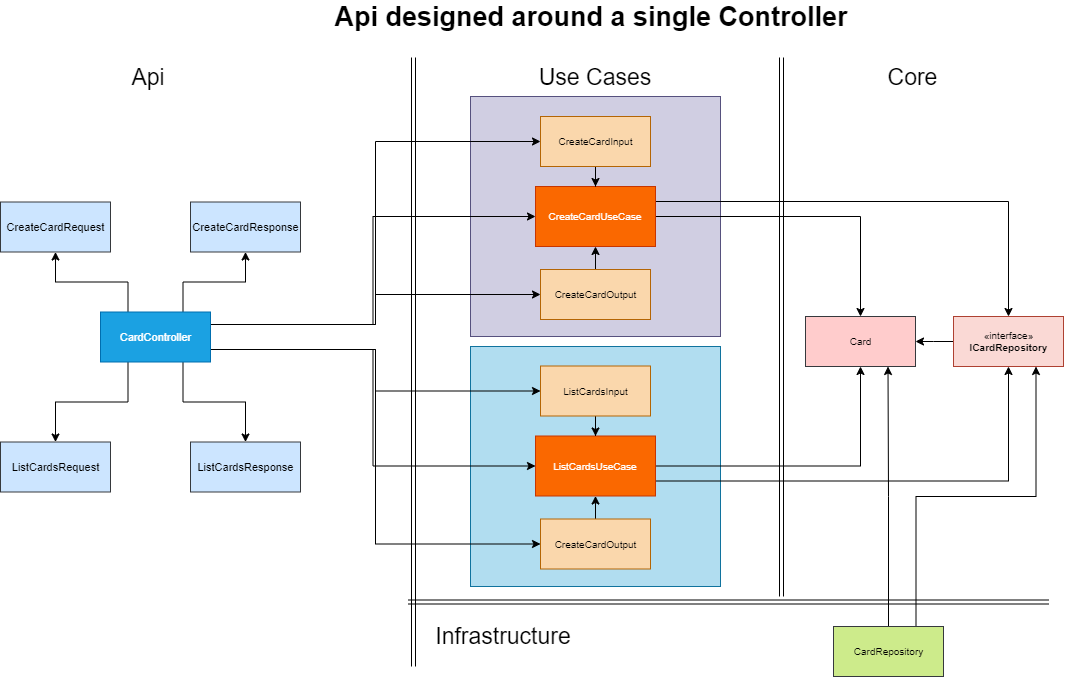
The draw.io diagram img/end-points-single-controller.png in fals/fals.github.io, before a commit. Source tidied: cells renumbered, new cells last; positions are measured from the earlier drawing's top-left corner, leaving out a move shared by most shapes.
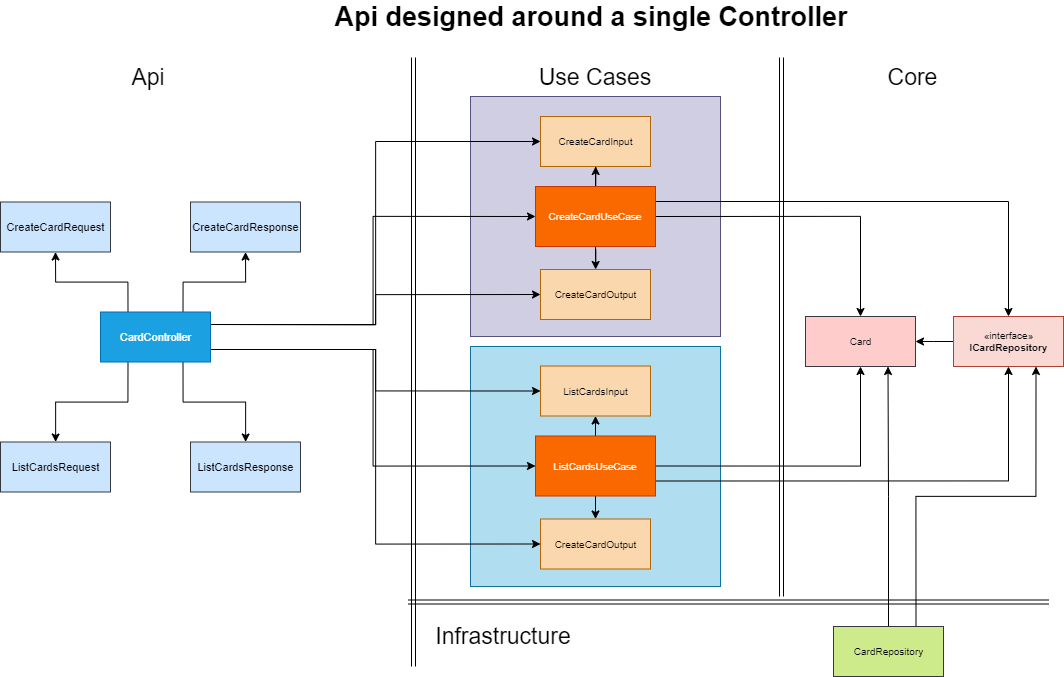
The same diagram one commit later.

The edit, as a diff of the source:
```diff
@@ -8,32 +8,32 @@
     <mxCell id="3" style="rounded=0;whiteSpace=wrap;html=1;fillColor=#d0cee2;strokeColor=#56517e;" parent="1" vertex="1">
       <mxGeometry x="470" y="90" width="250" height="240" as="geometry" />
     </mxCell>
-    <mxCell id="4" style="edgeStyle=orthogonalEdgeStyle;rounded=0;jettySize=auto;html=1;exitX=1;exitY=0.5;exitDx=0;exitDy=0;" parent="1" edge="1" source="6" target="9">
+    <mxCell id="4" style="edgeStyle=orthogonalEdgeStyle;rounded=0;jettySize=auto;html=1;exitX=1;exitY=0.5;exitDx=0;exitDy=0;" parent="1" edge="1" source="8" target="11">
       <mxGeometry relative="1" as="geometry" />
     </mxCell>
-    <mxCell id="5" style="edgeStyle=orthogonalEdgeStyle;rounded=0;jettySize=auto;html=1;exitX=1;exitY=0.25;exitDx=0;exitDy=0;entryX=0.5;entryY=0;entryDx=0;entryDy=0;" parent="1" edge="1" source="6" target="8">
+    <mxCell id="5" style="edgeStyle=orthogonalEdgeStyle;rounded=0;jettySize=auto;html=1;exitX=1;exitY=0.25;exitDx=0;exitDy=0;entryX=0.5;entryY=0;entryDx=0;entryDy=0;" parent="1" edge="1" source="8" target="10">
       <mxGeometry relative="1" as="geometry" />
     </mxCell>
-    <mxCell id="6" value="CreateCardUseCase" style="rounded=0;whiteSpace=wrap;html=1;fontSize=10;fillColor=#fa6800;strokeColor=#C73500;fontColor=#ffffff;" parent="1" vertex="1">
-      <mxGeometry x="535" y="180" width="120" height="60" as="geometry" />
+    <mxCell id="6" style="edgeStyle=orthogonalEdgeStyle;rounded=0;jettySize=auto;html=1;exitX=0.5;exitY=0;exitDx=0;exitDy=0;" parent="1" edge="1" source="8" target="12">
+      <mxGeometry relative="1" as="geometry" />
     </mxCell>
-    <mxCell id="7" style="edgeStyle=orthogonalEdgeStyle;rounded=0;jettySize=auto;html=1;exitX=0;exitY=0.5;exitDx=0;exitDy=0;" parent="1" edge="1" source="8" target="9">
+    <mxCell id="7" style="edgeStyle=orthogonalEdgeStyle;rounded=0;jettySize=auto;html=1;exitX=0.5;exitY=1;exitDx=0;exitDy=0;" parent="1" edge="1" source="8" target="13">
       <mxGeometry relative="1" as="geometry" />
     </mxCell>
-    <mxCell id="8" value="«interface»&lt;br&gt;&lt;span&gt;&lt;b&gt;ICardRepository&lt;/b&gt;&lt;/span&gt;&lt;br&gt;" style="html=1;fontSize=10;fillColor=#fad9d5;strokeColor=#ae4132;" parent="1" vertex="1">
-      <mxGeometry x="953" y="310" width="110" height="50" as="geometry" />
+    <mxCell id="8" value="CreateCardUseCase" style="rounded=0;whiteSpace=wrap;html=1;fontSize=10;fillColor=#fa6800;strokeColor=#C73500;fontColor=#ffffff;" parent="1" vertex="1">
+      <mxGeometry x="535" y="180" width="120" height="60" as="geometry" />
     </mxCell>
-    <mxCell id="9" value="Card" style="html=1;fontSize=10;fillColor=#ffcccc;strokeColor=#36393d;" parent="1" vertex="1">
-      <mxGeometry x="805" y="310" width="110" height="50" as="geometry" />
+    <mxCell id="9" style="edgeStyle=orthogonalEdgeStyle;rounded=0;jettySize=auto;html=1;exitX=0;exitY=0.5;exitDx=0;exitDy=0;" parent="1" edge="1" source="10" target="11">
+      <mxGeometry relative="1" as="geometry" />
     </mxCell>
-    <mxCell id="10" style="edgeStyle=orthogonalEdgeStyle;rounded=0;jettySize=auto;html=1;exitX=0.5;exitY=1;exitDx=0;exitDy=0;" parent="1" edge="1" source="11" target="6">
-      <mxGeometry relative="1" as="geometry" />
+    <mxCell id="10" value="«interface»&lt;br&gt;&lt;span&gt;&lt;b&gt;ICardRepository&lt;/b&gt;&lt;/span&gt;&lt;br&gt;" style="html=1;fontSize=10;fillColor=#fad9d5;strokeColor=#ae4132;" parent="1" vertex="1">
+      <mxGeometry x="953" y="310" width="110" height="50" as="geometry" />
     </mxCell>
-    <mxCell id="11" value="&lt;span&gt;CreateCardInput&lt;/span&gt;" style="html=1;fontSize=10;fillColor=#fad7ac;strokeColor=#b46504;" parent="1" vertex="1">
-      <mxGeometry x="540" y="110" width="110" height="50" as="geometry" />
+    <mxCell id="11" value="Card" style="html=1;fontSize=10;fillColor=#ffcccc;strokeColor=#36393d;" parent="1" vertex="1">
+      <mxGeometry x="805" y="310" width="110" height="50" as="geometry" />
     </mxCell>
-    <mxCell id="12" style="edgeStyle=orthogonalEdgeStyle;rounded=0;jettySize=auto;html=1;exitX=0.5;exitY=0;exitDx=0;exitDy=0;entryX=0.5;entryY=1;entryDx=0;entryDy=0;" parent="1" edge="1" source="13" target="6">
-      <mxGeometry relative="1" as="geometry" />
+    <mxCell id="12" value="&lt;span&gt;CreateCardInput&lt;/span&gt;" style="html=1;fontSize=10;fillColor=#fad7ac;strokeColor=#b46504;" parent="1" vertex="1">
+      <mxGeometry x="540" y="110" width="110" height="50" as="geometry" />
     </mxCell>
     <mxCell id="13" value="&lt;span&gt;CreateCardOutput&lt;/span&gt;" style="html=1;fontSize=10;fillColor=#fad7ac;strokeColor=#b46504;" parent="1" vertex="1">
       <mxGeometry x="540" y="263" width="110" height="50" as="geometry" />
@@ -44,10 +44,10 @@
         <mxPoint x="1048" y="595.5" as="targetPoint" />
       </mxGeometry>
     </mxCell>
-    <mxCell id="15" style="edgeStyle=orthogonalEdgeStyle;rounded=0;jettySize=auto;html=1;exitX=0.5;exitY=0;exitDx=0;exitDy=0;entryX=0.75;entryY=1;entryDx=0;entryDy=0;" parent="1" edge="1" source="17" target="9">
+    <mxCell id="15" style="edgeStyle=orthogonalEdgeStyle;rounded=0;jettySize=auto;html=1;exitX=0.5;exitY=0;exitDx=0;exitDy=0;entryX=0.75;entryY=1;entryDx=0;entryDy=0;" parent="1" edge="1" source="17" target="11">
       <mxGeometry relative="1" as="geometry" />
     </mxCell>
-    <mxCell id="16" style="edgeStyle=orthogonalEdgeStyle;rounded=0;jettySize=auto;html=1;exitX=0.75;exitY=0;exitDx=0;exitDy=0;entryX=0.75;entryY=1;entryDx=0;entryDy=0;" parent="1" edge="1" source="17" target="8">
+    <mxCell id="16" style="edgeStyle=orthogonalEdgeStyle;rounded=0;jettySize=auto;html=1;exitX=0.75;exitY=0;exitDx=0;exitDy=0;entryX=0.75;entryY=1;entryDx=0;entryDy=0;" parent="1" edge="1" source="17" target="10">
       <mxGeometry relative="1" as="geometry" />
     </mxCell>
     <mxCell id="17" value="CardRepository" style="html=1;fontSize=10;fillColor=#cdeb8b;strokeColor=#36393d;" parent="1" vertex="1">
@@ -89,19 +89,19 @@
     <mxCell id="27" style="edgeStyle=orthogonalEdgeStyle;rounded=0;jettySize=auto;html=1;exitX=0.75;exitY=1;exitDx=0;exitDy=0;" parent="1" edge="1" source="34" target="46">
       <mxGeometry relative="1" as="geometry" />
     </mxCell>
-    <mxCell id="28" style="edgeStyle=orthogonalEdgeStyle;rounded=0;jettySize=auto;html=1;exitX=1;exitY=0.25;exitDx=0;exitDy=0;entryX=0;entryY=0.5;entryDx=0;entryDy=0;" parent="1" edge="1" source="34" target="6">
+    <mxCell id="28" style="edgeStyle=orthogonalEdgeStyle;rounded=0;jettySize=auto;html=1;exitX=1;exitY=0.25;exitDx=0;exitDy=0;entryX=0;entryY=0.5;entryDx=0;entryDy=0;" parent="1" edge="1" source="34" target="8">
       <mxGeometry relative="1" as="geometry" />
     </mxCell>
-    <mxCell id="29" style="edgeStyle=orthogonalEdgeStyle;rounded=0;jettySize=auto;html=1;exitX=1;exitY=0.75;exitDx=0;exitDy=0;entryX=0;entryY=0.5;entryDx=0;entryDy=0;" parent="1" edge="1" source="34" target="40">
+    <mxCell id="29" style="edgeStyle=orthogonalEdgeStyle;rounded=0;jettySize=auto;html=1;exitX=1;exitY=0.75;exitDx=0;exitDy=0;entryX=0;entryY=0.5;entryDx=0;entryDy=0;" parent="1" edge="1" source="34" target="42">
       <mxGeometry relative="1" as="geometry" />
     </mxCell>
-    <mxCell id="30" style="edgeStyle=orthogonalEdgeStyle;rounded=0;jettySize=auto;html=1;exitX=1;exitY=0.25;exitDx=0;exitDy=0;entryX=0;entryY=0.5;entryDx=0;entryDy=0;" parent="1" edge="1" source="34" target="11">
+    <mxCell id="30" style="edgeStyle=orthogonalEdgeStyle;rounded=0;jettySize=auto;html=1;exitX=1;exitY=0.25;exitDx=0;exitDy=0;entryX=0;entryY=0.5;entryDx=0;entryDy=0;" parent="1" edge="1" source="34" target="12">
       <mxGeometry relative="1" as="geometry" />
     </mxCell>
     <mxCell id="31" style="edgeStyle=orthogonalEdgeStyle;rounded=0;jettySize=auto;html=1;exitX=1;exitY=0.25;exitDx=0;exitDy=0;entryX=0;entryY=0.5;entryDx=0;entryDy=0;" parent="1" edge="1" source="34" target="13">
       <mxGeometry relative="1" as="geometry" />
     </mxCell>
-    <mxCell id="32" style="edgeStyle=orthogonalEdgeStyle;rounded=0;jettySize=auto;html=1;exitX=1;exitY=0.75;exitDx=0;exitDy=0;entryX=0;entryY=0.5;entryDx=0;entryDy=0;" parent="1" edge="1" source="34" target="42">
+    <mxCell id="32" style="edgeStyle=orthogonalEdgeStyle;rounded=0;jettySize=auto;html=1;exitX=1;exitY=0.75;exitDx=0;exitDy=0;entryX=0;entryY=0.5;entryDx=0;entryDy=0;" parent="1" edge="1" source="34" target="43">
       <mxGeometry relative="1" as="geometry" />
     </mxCell>
     <mxCell id="33" style="edgeStyle=orthogonalEdgeStyle;rounded=0;jettySize=auto;html=1;exitX=1;exitY=0.75;exitDx=0;exitDy=0;entryX=0;entryY=0.5;entryDx=0;entryDy=0;" parent="1" edge="1" source="34" target="44">
@@ -119,23 +119,23 @@
     <mxCell id="37" value="Use Cases" style="text;html=1;strokeColor=none;fillColor=none;align=center;verticalAlign=middle;whiteSpace=wrap;rounded=0;fontSize=23;" parent="1" vertex="1">
       <mxGeometry x="490" y="61" width="210" height="20" as="geometry" />
     </mxCell>
-    <mxCell id="38" style="edgeStyle=orthogonalEdgeStyle;rounded=0;jettySize=auto;html=1;exitX=1;exitY=0.5;exitDx=0;exitDy=0;entryX=0.5;entryY=1;entryDx=0;entryDy=0;" parent="1" edge="1" source="40" target="9">
+    <mxCell id="38" style="edgeStyle=orthogonalEdgeStyle;rounded=0;jettySize=auto;html=1;exitX=1;exitY=0.5;exitDx=0;exitDy=0;entryX=0.5;entryY=1;entryDx=0;entryDy=0;" parent="1" edge="1" source="42" target="11">
       <mxGeometry relative="1" as="geometry" />
     </mxCell>
-    <mxCell id="39" style="edgeStyle=orthogonalEdgeStyle;rounded=0;jettySize=auto;html=1;exitX=1;exitY=0.75;exitDx=0;exitDy=0;entryX=0.5;entryY=1;entryDx=0;entryDy=0;" parent="1" edge="1" source="40" target="8">
+    <mxCell id="39" style="edgeStyle=orthogonalEdgeStyle;rounded=0;jettySize=auto;html=1;exitX=1;exitY=0.75;exitDx=0;exitDy=0;entryX=0.5;entryY=1;entryDx=0;entryDy=0;" parent="1" edge="1" source="42" target="10">
       <mxGeometry relative="1" as="geometry" />
     </mxCell>
-    <mxCell id="40" value="ListCardsUseCase" style="rounded=0;whiteSpace=wrap;html=1;fontSize=10;fillColor=#fa6800;strokeColor=#C73500;fontColor=#ffffff;" parent="1" vertex="1">
-      <mxGeometry x="535" y="429.5" width="120" height="60" as="geometry" />
+    <mxCell id="40" style="edgeStyle=orthogonalEdgeStyle;rounded=0;jettySize=auto;html=1;exitX=0.5;exitY=0;exitDx=0;exitDy=0;entryX=0.5;entryY=1;entryDx=0;entryDy=0;" parent="1" edge="1" source="42" target="43">
+      <mxGeometry relative="1" as="geometry" />
     </mxCell>
-    <mxCell id="41" style="edgeStyle=orthogonalEdgeStyle;rounded=0;jettySize=auto;html=1;exitX=0.5;exitY=1;exitDx=0;exitDy=0;" parent="1" edge="1" source="42" target="40">
+    <mxCell id="41" style="edgeStyle=orthogonalEdgeStyle;rounded=0;jettySize=auto;html=1;exitX=0.5;exitY=1;exitDx=0;exitDy=0;entryX=0.5;entryY=0;entryDx=0;entryDy=0;" parent="1" edge="1" source="42" target="44">
       <mxGeometry relative="1" as="geometry" />
     </mxCell>
-    <mxCell id="42" value="&lt;span&gt;ListCardsInput&lt;/span&gt;" style="html=1;fontSize=10;fillColor=#fad7ac;strokeColor=#b46504;" parent="1" vertex="1">
-      <mxGeometry x="540" y="359.5" width="110" height="50" as="geometry" />
+    <mxCell id="42" value="ListCardsUseCase" style="rounded=0;whiteSpace=wrap;html=1;fontSize=10;fillColor=#fa6800;strokeColor=#C73500;fontColor=#ffffff;" parent="1" vertex="1">
+      <mxGeometry x="535" y="429.5" width="120" height="60" as="geometry" />
     </mxCell>
-    <mxCell id="43" style="edgeStyle=orthogonalEdgeStyle;rounded=0;jettySize=auto;html=1;exitX=0.5;exitY=0;exitDx=0;exitDy=0;entryX=0.5;entryY=1;entryDx=0;entryDy=0;" parent="1" edge="1" source="44" target="40">
-      <mxGeometry relative="1" as="geometry" />
+    <mxCell id="43" value="&lt;span&gt;ListCardsInput&lt;/span&gt;" style="html=1;fontSize=10;fillColor=#fad7ac;strokeColor=#b46504;" parent="1" vertex="1">
+      <mxGeometry x="540" y="359.5" width="110" height="50" as="geometry" />
     </mxCell>
     <mxCell id="44" value="&lt;span&gt;CreateCardOutput&lt;/span&gt;" style="html=1;fontSize=10;fillColor=#fad7ac;strokeColor=#b46504;" parent="1" vertex="1">
       <mxGeometry x="540" y="512.5" width="110" height="50" as="geometry" />
```
